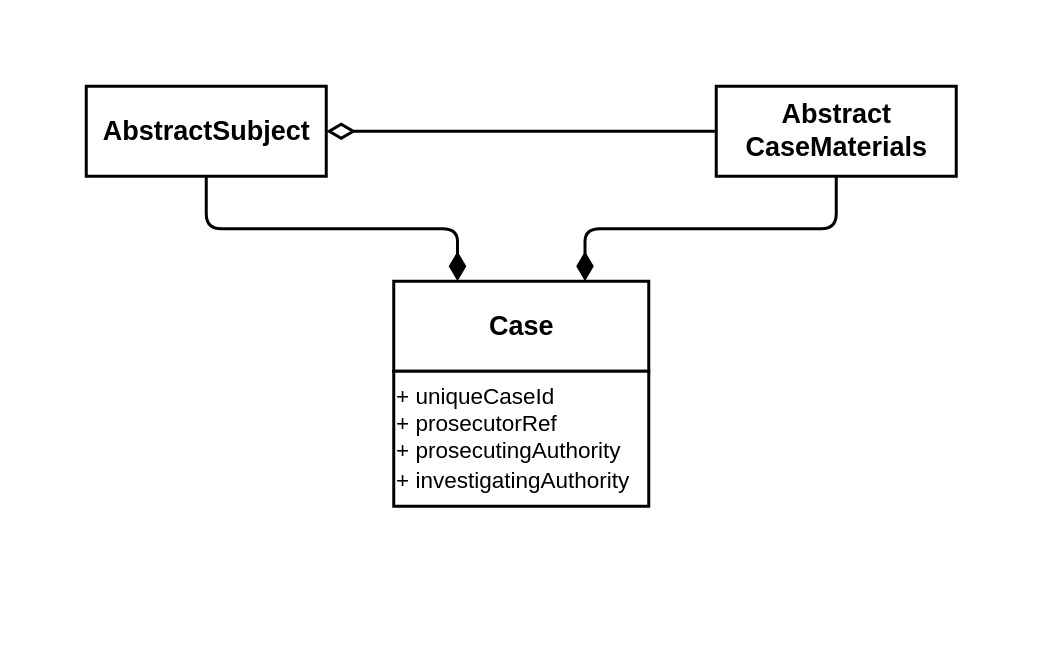
This is page "Abstract-Core" (9 of 13) of img/Adopting DDD at Scale Diagrams.drawio from andrewharmellaw/deck-adopting-ddd-at-scale, a draw.io file, before an edit. Source tidied: cells renumbered, new cells numbered last; positions are measured from the earlier drawing's top-left corner, leaving out a move shared by most shapes. Both pictures are drawn from the tidied source at 150%, with x=0, y=0 at pixel (26, 26).
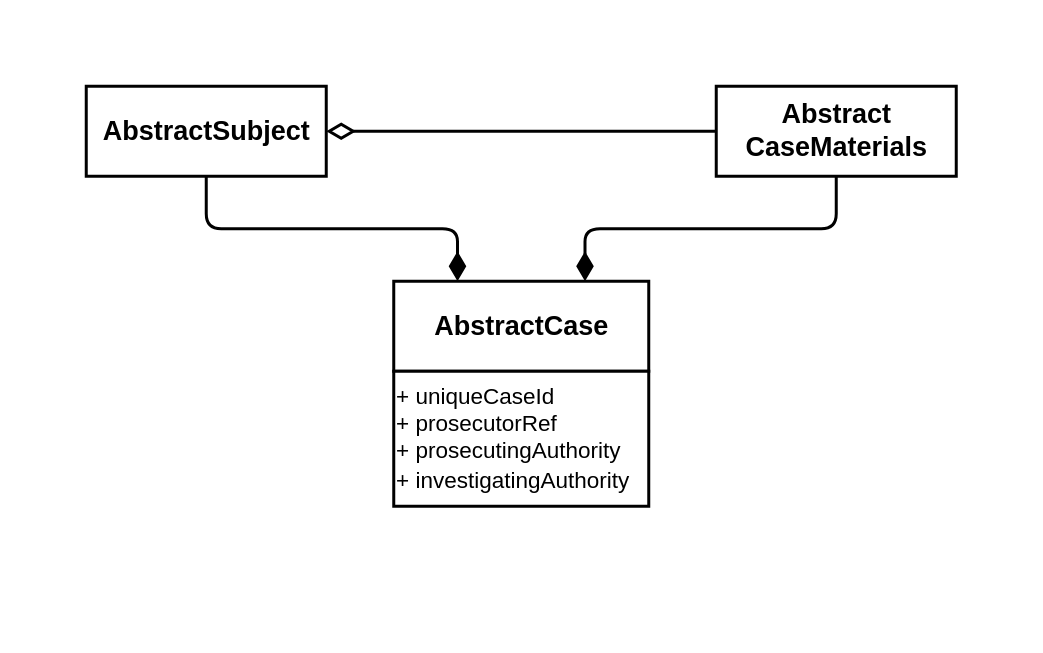
The same diagram, later.

Change to the diagram source:
```diff
@@
 <mxGraphModel>
   <root>
     <mxCell id="0" />
     <mxCell id="1" parent="0" />
     <mxCell id="2" style="rounded=0;whiteSpace=wrap;html=1;fontSize=18;dashed=1;dashPattern=1 4;opacity=0;" parent="1" vertex="1">
       <mxGeometry width="660" height="400" as="geometry" />
     </mxCell>
     <mxCell id="3" style="endArrow=none;html=1;endSize=12;startArrow=diamondThin;startSize=14;startFill=1;edgeStyle=orthogonalEdgeStyle;align=left;verticalAlign=bottom;exitX=0.25;exitY=0;exitDx=0;exitDy=0;entryX=0.5;entryY=1;entryDx=0;entryDy=0;endFill=0;strokeWidth=2;" parent="1" edge="1" source="5" target="4">
       <mxGeometry x="-1" y="3" relative="1" as="geometry" />
     </mxCell>
     <mxCell id="4" value="&lt;b&gt;AbstractSubject&lt;/b&gt;" style="html=1;fontSize=18;strokeWidth=2;" parent="1" vertex="1">
       <mxGeometry x="40" y="40" width="160" height="60" as="geometry" />
     </mxCell>
-    <mxCell id="5" value="&lt;b&gt;Case&lt;/b&gt;" style="html=1;fontSize=18;strokeWidth=2;" parent="1" vertex="1">
+    <mxCell id="5" value="&lt;b&gt;AbstractCase&lt;/b&gt;" style="html=1;fontSize=18;strokeWidth=2;" parent="1" vertex="1">
       <mxGeometry x="245" y="170" width="170" height="60" as="geometry" />
     </mxCell>
     <mxCell id="6" value="&lt;b&gt;Abstract&lt;br&gt;CaseMaterials&lt;/b&gt;" style="html=1;fontSize=18;strokeWidth=2;" parent="1" vertex="1">
       <mxGeometry x="460" y="40" width="160" height="60" as="geometry" />
     </mxCell>
     <mxCell id="7" style="endArrow=none;html=1;endSize=12;startArrow=diamondThin;startSize=14;startFill=1;edgeStyle=orthogonalEdgeStyle;align=left;verticalAlign=bottom;exitX=0.75;exitY=0;exitDx=0;exitDy=0;entryX=0.5;entryY=1;entryDx=0;entryDy=0;endFill=0;strokeWidth=2;" parent="1" edge="1" source="5" target="6">
       <mxGeometry x="-1" y="3" relative="1" as="geometry" />
     </mxCell>
     <mxCell id="8" style="endArrow=none;html=1;endSize=12;startArrow=diamondThin;startSize=14;startFill=0;edgeStyle=orthogonalEdgeStyle;align=left;verticalAlign=bottom;exitX=1;exitY=0.5;exitDx=0;exitDy=0;entryX=0;entryY=0.5;entryDx=0;entryDy=0;endFill=0;strokeWidth=2;" parent="1" edge="1" source="4" target="6">
       <mxGeometry x="-1" y="3" relative="1" as="geometry" />
     </mxCell>
     <mxCell id="9" value="&lt;div style=&quot;font-size: 15px&quot; align=&quot;left&quot;&gt;&lt;font style=&quot;font-size: 15px&quot;&gt;+ uniqueCaseId&lt;br&gt;&lt;/font&gt;&lt;/div&gt;&lt;div style=&quot;font-size: 15px&quot;&gt;&lt;font style=&quot;font-size: 15px&quot;&gt;+ prosecutorRef&lt;br&gt;+ prosecutingAuthority&lt;br&gt;&lt;/font&gt;&lt;/div&gt;&lt;font style=&quot;font-size: 15px&quot;&gt;+ investigatingAuthority&lt;br&gt;&lt;/font&gt;" style="html=1;fontSize=18;strokeWidth=2;align=left;" parent="1" vertex="1">
       <mxGeometry x="245" y="230" width="170" height="90" as="geometry" />
     </mxCell>
   </root>
 </mxGraphModel>
```
